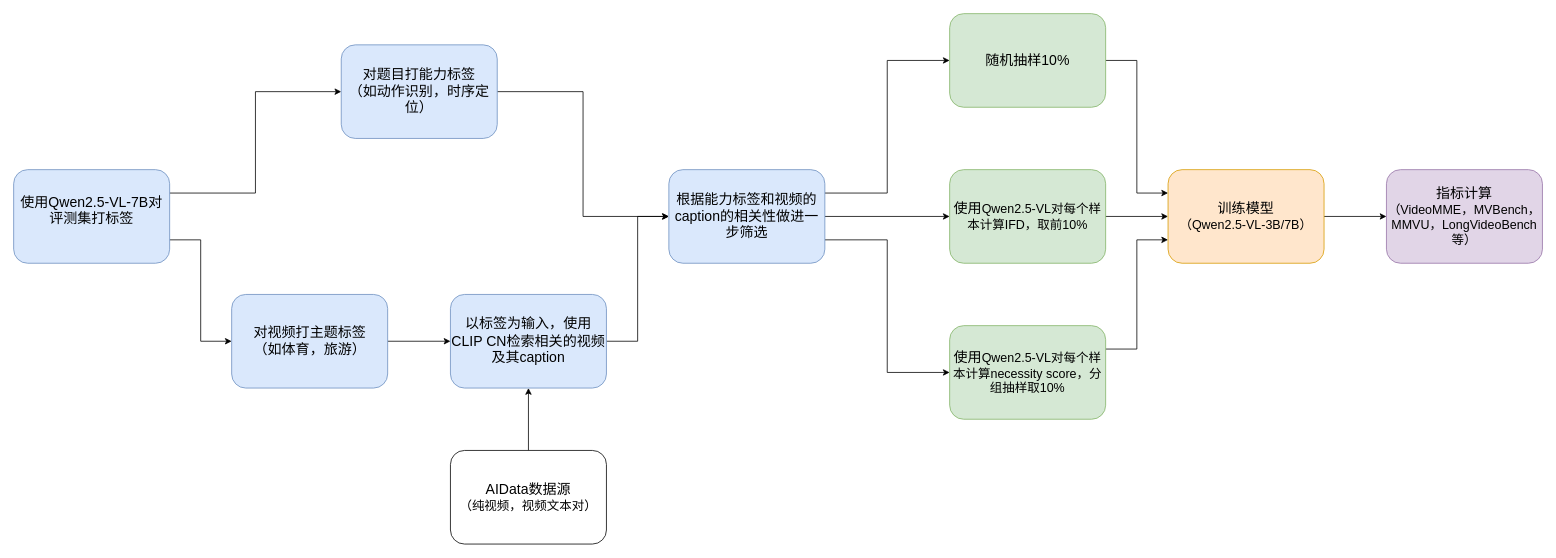
This is 大模型数据选择与训练评测流程.drawio from jiashenggu/ai_in_bio, a draw.io file, before an edit. Source tidied: cells renumbered, new cells numbered last; positions are measured from the earlier drawing's top-left corner, leaving out a move shared by most shapes. Both pictures are drawn from the tidied source at 78%, with x=0, y=0 at pixel (13, 13).
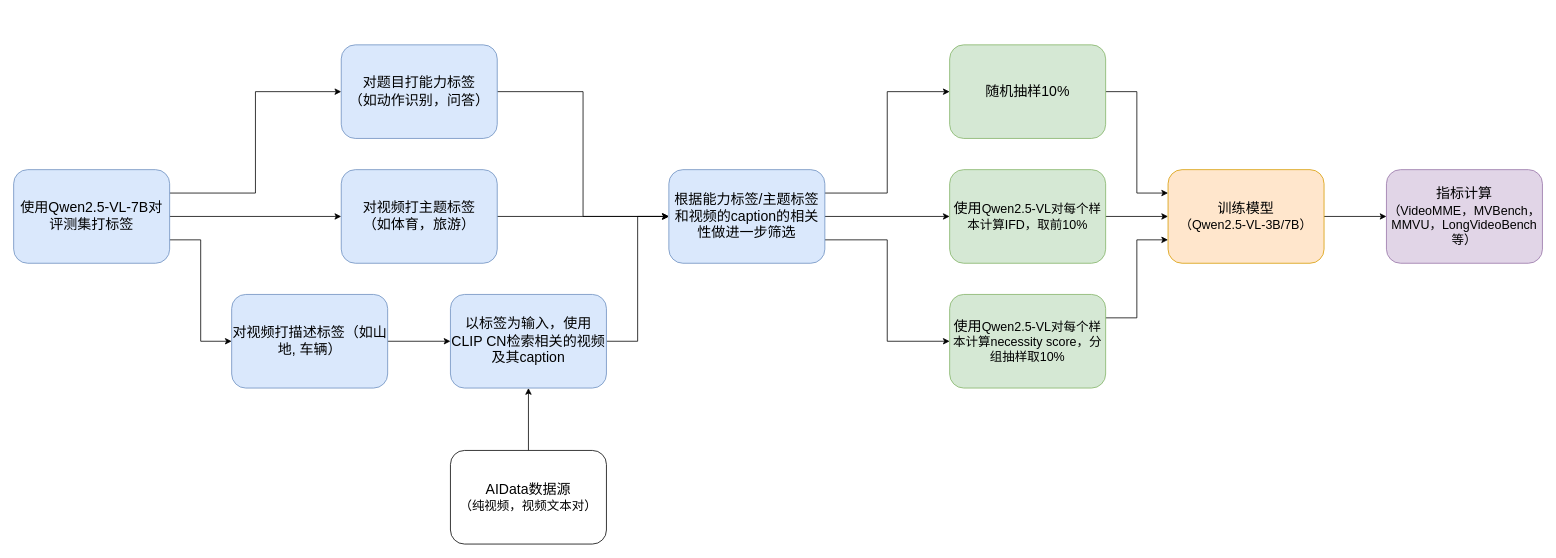
Above is the later version.

Commit message:
更新大模型数据选择与训练评测流程.drawio

Diff of the diagram source:
```diff
@@
-    <mxCell id="14" value="&lt;span style=&quot;font-size: 18px;&quot;&gt;根据能力标签和视频的caption的相关性做进一步筛选&lt;/span&gt;" style="rounded=1;whiteSpace=wrap;html=1;fillColor=#dae8fc;strokeColor=#6c8ebf;" parent="1" vertex="1">
+    <mxCell id="14" value="&lt;span style=&quot;font-size: 18px;&quot;&gt;根据能力标签/主题标签和视频的caption的相关性做进一步筛选&lt;/span&gt;" style="rounded=1;whiteSpace=wrap;html=1;fillColor=#dae8fc;strokeColor=#6c8ebf;" parent="1" vertex="1">
       <mxGeometry x="840" y="200" width="200" height="120" as="geometry" />
     </mxCell>
@@
     <mxCell id="16" value="&lt;span style=&quot;font-size: 18px;&quot;&gt;使用&lt;/span&gt;&lt;span style=&quot;font-size: medium;&quot;&gt;Qwen2.5-VL对每个样本计算necessity score，分组抽样取10%&lt;/span&gt;" style="rounded=1;whiteSpace=wrap;html=1;fillColor=#d5e8d4;strokeColor=#82b366;" parent="1" vertex="1">
-      <mxGeometry x="1200" y="400" width="200" height="120" as="geometry" />
+      <mxGeometry x="1200" y="360" width="200" height="120" as="geometry" />
     </mxCell>
@@
     <mxCell id="18" value="&lt;span style=&quot;font-size: 18px;&quot;&gt;随机抽样10%&lt;/span&gt;" style="rounded=1;whiteSpace=wrap;html=1;fillColor=#d5e8d4;strokeColor=#82b366;" parent="1" vertex="1">
-      <mxGeometry x="1200" width="200" height="120" as="geometry" />
+      <mxGeometry x="1200" y="40" width="200" height="120" as="geometry" />
     </mxCell>
@@
+    <mxCell id="26" style="edgeStyle=orthogonalEdgeStyle;rounded=0;jettySize=auto;html=1;entryX=0;entryY=0.5;entryDx=0;entryDy=0;" parent="1" edge="1" source="21" target="28">
+      <mxGeometry relative="1" as="geometry" />
+    </mxCell>
-    <mxCell id="21" value="&lt;font style=&quot;font-size: 18px;&quot;&gt;使用&lt;span style=&quot;color: light-dark(rgb(0, 0, 0), rgb(255, 255, 255)); background-color: transparent; text-align: left;&quot;&gt;Qwen2.5-VL-7B对评测集打标签&lt;/span&gt;&lt;/font&gt;&lt;div&gt;&lt;br&gt;&lt;/div&gt;" style="rounded=1;whiteSpace=wrap;html=1;fillColor=#dae8fc;strokeColor=#6c8ebf;" parent="1" vertex="1">
+    <mxCell id="21" value="&lt;font style=&quot;font-size: 18px;&quot;&gt;使用&lt;span style=&quot;color: light-dark(rgb(0, 0, 0), rgb(255, 255, 255)); background-color: transparent; text-align: left;&quot;&gt;Qwen2.5-VL-7B对评测集打标签&lt;/span&gt;&lt;/font&gt;" style="rounded=1;whiteSpace=wrap;html=1;fillColor=#dae8fc;strokeColor=#6c8ebf;" parent="1" vertex="1">
       <mxGeometry y="200" width="200" height="120" as="geometry" />
     </mxCell>
@@
-    <mxCell id="23" value="&lt;span style=&quot;font-size: 18px;&quot;&gt;对视频打主题标签&lt;/span&gt;&lt;div&gt;&lt;span style=&quot;font-size: 18px;&quot;&gt;（如体育，旅游）&lt;/span&gt;&lt;/div&gt;" style="rounded=1;whiteSpace=wrap;html=1;fillColor=#dae8fc;strokeColor=#6c8ebf;" parent="1" vertex="1">
+    <mxCell id="23" value="&lt;font style=&quot;font-size: 18px;&quot;&gt;对视频打&lt;span style=&quot;text-align: left; background-color: transparent; color: light-dark(rgb(0, 0, 0), rgb(255, 255, 255));&quot;&gt;描述标签（如山地, 车辆）&lt;/span&gt;&lt;/font&gt;" style="rounded=1;whiteSpace=wrap;html=1;fillColor=#dae8fc;strokeColor=#6c8ebf;" parent="1" vertex="1">
       <mxGeometry x="279.5" y="360" width="200" height="120" as="geometry" />
     </mxCell>
@@
-    <mxCell id="25" value="&lt;span style=&quot;font-size: 18px;&quot;&gt;对题目打能力标签&lt;/span&gt;&lt;div&gt;&lt;span style=&quot;font-size: 18px;&quot;&gt;（如动作识别，时序定位）&lt;/span&gt;&lt;/div&gt;" style="rounded=1;whiteSpace=wrap;html=1;fillColor=#dae8fc;strokeColor=#6c8ebf;" parent="1" vertex="1">
+    <mxCell id="25" value="&lt;span style=&quot;font-size: 18px;&quot;&gt;对题目打能力标签&lt;/span&gt;&lt;div&gt;&lt;span style=&quot;font-size: 18px;&quot;&gt;（如动作识别，问答）&lt;/span&gt;&lt;/div&gt;" style="rounded=1;whiteSpace=wrap;html=1;fillColor=#dae8fc;strokeColor=#6c8ebf;" parent="1" vertex="1">
       <mxGeometry x="420" y="40" width="200" height="120" as="geometry" />
     </mxCell>
+    <mxCell id="27" style="edgeStyle=orthogonalEdgeStyle;rounded=0;jettySize=auto;html=1;entryX=0;entryY=0.5;entryDx=0;entryDy=0;" parent="1" edge="1" source="28" target="14">
+      <mxGeometry relative="1" as="geometry" />
+    </mxCell>
+    <mxCell id="28" value="&lt;span style=&quot;font-size: 18px;&quot;&gt;对视频打主题标签&lt;/span&gt;&lt;div&gt;&lt;span style=&quot;font-size: 18px;&quot;&gt;（如体育，旅游）&lt;/span&gt;&lt;/div&gt;" style="rounded=1;whiteSpace=wrap;html=1;fillColor=#dae8fc;strokeColor=#6c8ebf;" parent="1" vertex="1">
+      <mxGeometry x="420" y="200" width="200" height="120" as="geometry" />
+    </mxCell>
```
